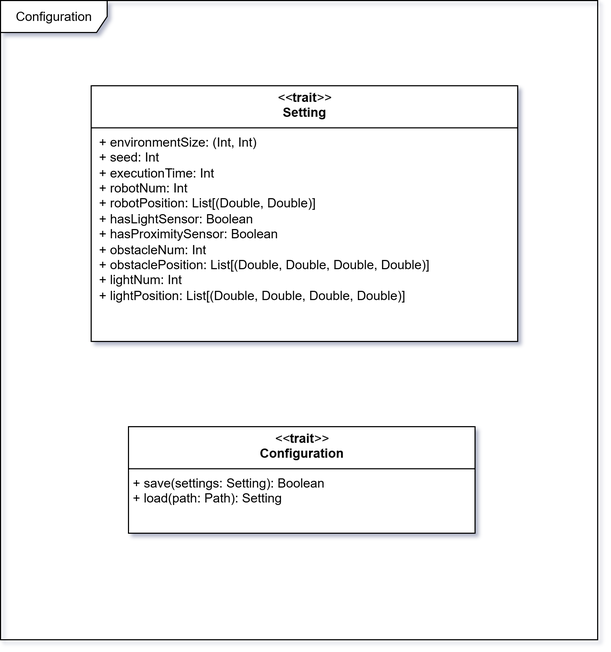
Scala-Robotics-Simulator/PPS-22-srs keeps this draw.io diagram as docs/static/img/04-detailed-design/configuration.png. Above is the earlier version. Source tidied: cells renumbered, new cells last; positions are measured from the earlier drawing's top-left corner, leaving out a move shared by most shapes. Its diagram source:
```xml
<mxGraphModel>
  <root>
    <mxCell id="0" />
    <mxCell id="1" parent="0" />
    <mxCell id="2" value="&lt;p style=&quot;margin:0px;margin-top:4px;text-align:center;&quot;&gt;&lt;i&gt;&amp;lt;&amp;lt;&lt;/i&gt;&lt;span style=&quot;font-weight: 700;&quot;&gt;trait&lt;/span&gt;&lt;i&gt;&amp;gt;&amp;gt;&lt;/i&gt;&lt;br&gt;&lt;b&gt;Setting&lt;/b&gt;&lt;/p&gt;&lt;hr size=&quot;1&quot; style=&quot;border-style:solid;&quot;&gt;&lt;p style=&quot;margin:0px;margin-left:4px;&quot;&gt;&amp;nbsp;&lt;span style=&quot;background-color: transparent; color: light-dark(rgb(0, 0, 0), rgb(255, 255, 255));&quot;&gt;+ environmentSize: (Int, Int)&lt;/span&gt;&lt;/p&gt;&lt;p style=&quot;margin:0px;margin-left:4px;&quot;&gt;&lt;span style=&quot;background-color: transparent; color: light-dark(rgb(0, 0, 0), rgb(255, 255, 255));&quot;&gt;&amp;nbsp;+ seed: Int&lt;/span&gt;&lt;/p&gt;&lt;p style=&quot;margin:0px;margin-left:4px;&quot;&gt;&lt;span style=&quot;background-color: transparent; color: light-dark(rgb(0, 0, 0), rgb(255, 255, 255));&quot;&gt;&amp;nbsp;+ executionTime: Int&lt;/span&gt;&lt;/p&gt;&lt;p style=&quot;margin:0px;margin-left:4px;&quot;&gt;&lt;span style=&quot;background-color: transparent; color: light-dark(rgb(0, 0, 0), rgb(255, 255, 255));&quot;&gt;&amp;nbsp;+ robotNum: Int&lt;/span&gt;&lt;/p&gt;&lt;p style=&quot;margin:0px;margin-left:4px;&quot;&gt;&lt;span style=&quot;background-color: transparent; color: light-dark(rgb(0, 0, 0), rgb(255, 255, 255));&quot;&gt;&amp;nbsp;+ robotPosition:&amp;nbsp;&lt;/span&gt;&lt;span style=&quot;background-color: transparent; color: light-dark(rgb(0, 0, 0), rgb(255, 255, 255));&quot;&gt;List[(&lt;/span&gt;&lt;span style=&quot;background-color: transparent; color: light-dark(rgb(0, 0, 0), rgb(255, 255, 255));&quot;&gt;Double, Double)]&lt;/span&gt;&lt;/p&gt;&lt;p style=&quot;margin:0px;margin-left:4px;&quot;&gt;&amp;nbsp;+ hasLightSensor: Boolean&lt;/p&gt;&lt;p style=&quot;margin:0px;margin-left:4px;&quot;&gt;&amp;nbsp;+ hasProximitySensor: Boolean&lt;/p&gt;&lt;p style=&quot;margin:0px;margin-left:4px;&quot;&gt;&amp;nbsp;+ obstacleNum: Int&lt;/p&gt;&lt;p style=&quot;margin:0px;margin-left:4px;&quot;&gt;&amp;nbsp;+ obstaclePosition: List[(Double, Double, Double, Double)]&lt;/p&gt;&lt;p style=&quot;margin:0px;margin-left:4px;&quot;&gt;&amp;nbsp;+ lightNum: Int&lt;/p&gt;&lt;p style=&quot;margin:0px;margin-left:4px;&quot;&gt;&amp;nbsp;+ lightPosition: List[(Double, Double, Double, Double)]&lt;/p&gt;" style="verticalAlign=top;align=left;overflow=fill;html=1;whiteSpace=wrap;" parent="1" vertex="1">
      <mxGeometry x="85" y="80" width="400" height="240" as="geometry" />
    </mxCell>
    <mxCell id="3" value="&lt;p style=&quot;margin:0px;margin-top:4px;text-align:center;&quot;&gt;&lt;i&gt;&amp;lt;&amp;lt;&lt;/i&gt;&lt;span style=&quot;font-weight: 700;&quot;&gt;trait&lt;/span&gt;&lt;i&gt;&amp;gt;&amp;gt;&lt;/i&gt;&lt;br&gt;&lt;b&gt;Configuration&lt;/b&gt;&lt;/p&gt;&lt;hr size=&quot;1&quot; style=&quot;border-style:solid;&quot;&gt;&lt;p style=&quot;margin:0px;margin-left:4px;&quot;&gt;+ save(settings: Setting): Boolean&lt;/p&gt;&lt;p style=&quot;margin:0px;margin-left:4px;&quot;&gt;+ load(path: Path): Setting&lt;/p&gt;" style="verticalAlign=top;align=left;overflow=fill;html=1;whiteSpace=wrap;" parent="1" vertex="1">
      <mxGeometry x="120" y="400" width="325" height="100" as="geometry" />
    </mxCell>
    <mxCell id="4" value="Configuration" style="shape=umlFrame;whiteSpace=wrap;html=1;width=100;height=30;" parent="1" vertex="1">
      <mxGeometry width="560" height="600" as="geometry" />
    </mxCell>
  </root>
</mxGraphModel>
```
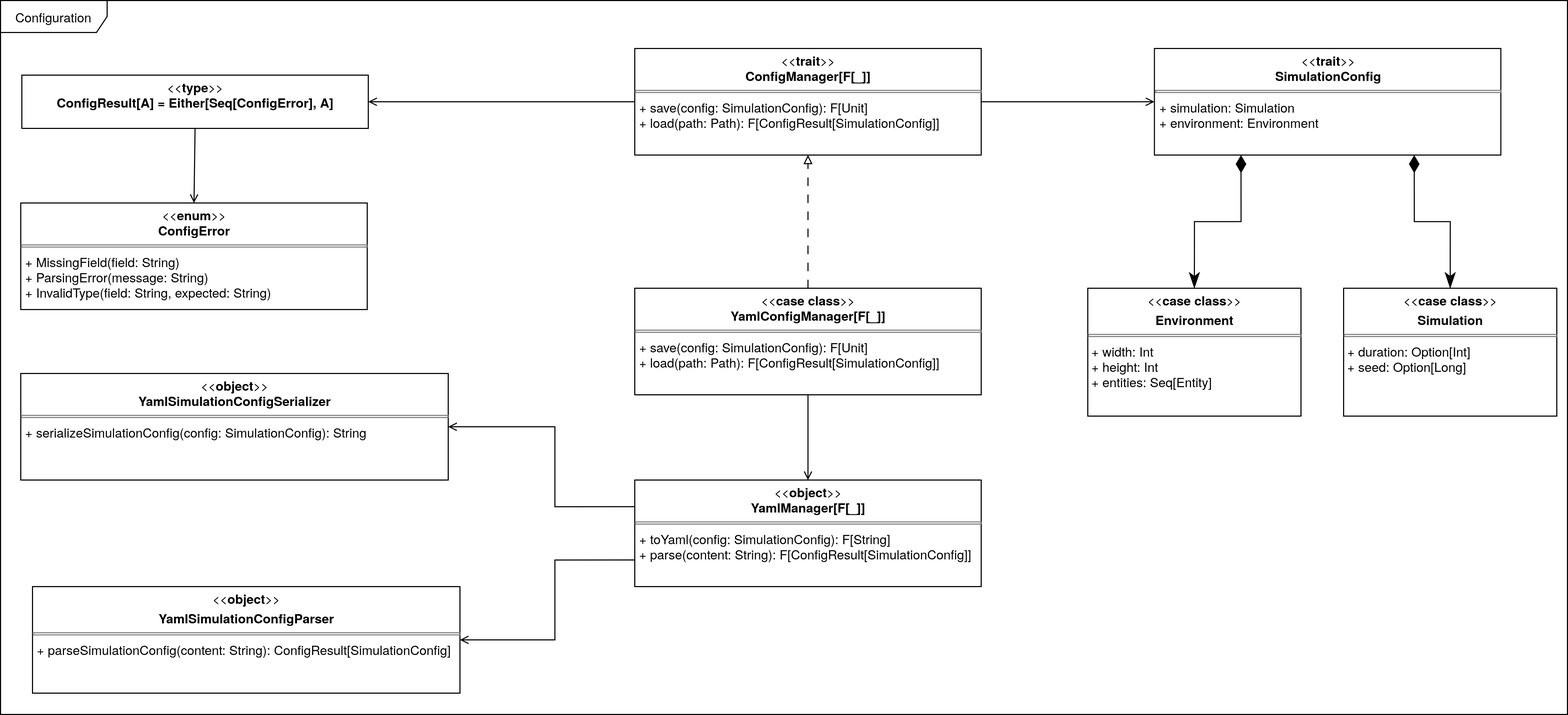
Above is the later version.

The edit, as a diff of the source:
```diff
@@ -2,14 +2,75 @@
   <root>
     <mxCell id="0" />
     <mxCell id="1" parent="0" />
-    <mxCell id="2" value="&lt;p style=&quot;margin:0px;margin-top:4px;text-align:center;&quot;&gt;&lt;i&gt;&amp;lt;&amp;lt;&lt;/i&gt;&lt;span style=&quot;font-weight: 700;&quot;&gt;trait&lt;/span&gt;&lt;i&gt;&amp;gt;&amp;gt;&lt;/i&gt;&lt;br&gt;&lt;b&gt;Setting&lt;/b&gt;&lt;/p&gt;&lt;hr size=&quot;1&quot; style=&quot;border-style:solid;&quot;&gt;&lt;p style=&quot;margin:0px;margin-left:4px;&quot;&gt;&amp;nbsp;&lt;span style=&quot;background-color: transparent; color: light-dark(rgb(0, 0, 0), rgb(255, 255, 255));&quot;&gt;+ environmentSize: (Int, Int)&lt;/span&gt;&lt;/p&gt;&lt;p style=&quot;margin:0px;margin-left:4px;&quot;&gt;&lt;span style=&quot;background-color: transparent; color: light-dark(rgb(0, 0, 0), rgb(255, 255, 255));&quot;&gt;&amp;nbsp;+ seed: Int&lt;/span&gt;&lt;/p&gt;&lt;p style=&quot;margin:0px;margin-left:4px;&quot;&gt;&lt;span style=&quot;background-color: transparent; color: light-dark(rgb(0, 0, 0), rgb(255, 255, 255));&quot;&gt;&amp;nbsp;+ executionTime: Int&lt;/span&gt;&lt;/p&gt;&lt;p style=&quot;margin:0px;margin-left:4px;&quot;&gt;&lt;span style=&quot;background-color: transparent; color: light-dark(rgb(0, 0, 0), rgb(255, 255, 255));&quot;&gt;&amp;nbsp;+ robotNum: Int&lt;/span&gt;&lt;/p&gt;&lt;p style=&quot;margin:0px;margin-left:4px;&quot;&gt;&lt;span style=&quot;background-color: transparent; color: light-dark(rgb(0, 0, 0), rgb(255, 255, 255));&quot;&gt;&amp;nbsp;+ robotPosition:&amp;nbsp;&lt;/span&gt;&lt;span style=&quot;background-color: transparent; color: light-dark(rgb(0, 0, 0), rgb(255, 255, 255));&quot;&gt;List[(&lt;/span&gt;&lt;span style=&quot;background-color: transparent; color: light-dark(rgb(0, 0, 0), rgb(255, 255, 255));&quot;&gt;Double, Double)]&lt;/span&gt;&lt;/p&gt;&lt;p style=&quot;margin:0px;margin-left:4px;&quot;&gt;&amp;nbsp;+ hasLightSensor: Boolean&lt;/p&gt;&lt;p style=&quot;margin:0px;margin-left:4px;&quot;&gt;&amp;nbsp;+ hasProximitySensor: Boolean&lt;/p&gt;&lt;p style=&quot;margin:0px;margin-left:4px;&quot;&gt;&amp;nbsp;+ obstacleNum: Int&lt;/p&gt;&lt;p style=&quot;margin:0px;margin-left:4px;&quot;&gt;&amp;nbsp;+ obstaclePosition: List[(Double, Double, Double, Double)]&lt;/p&gt;&lt;p style=&quot;margin:0px;margin-left:4px;&quot;&gt;&amp;nbsp;+ lightNum: Int&lt;/p&gt;&lt;p style=&quot;margin:0px;margin-left:4px;&quot;&gt;&amp;nbsp;+ lightPosition: List[(Double, Double, Double, Double)]&lt;/p&gt;" style="verticalAlign=top;align=left;overflow=fill;html=1;whiteSpace=wrap;" parent="1" vertex="1">
-      <mxGeometry x="85" y="80" width="400" height="240" as="geometry" />
+    <mxCell id="2" style="edgeStyle=orthogonalEdgeStyle;rounded=0;jettySize=auto;html=1;entryX=0;entryY=0.5;entryDx=0;entryDy=0;endArrow=open;endFill=0;" parent="1" edge="1" source="3" target="17">
+      <mxGeometry relative="1" as="geometry" />
     </mxCell>
-    <mxCell id="3" value="&lt;p style=&quot;margin:0px;margin-top:4px;text-align:center;&quot;&gt;&lt;i&gt;&amp;lt;&amp;lt;&lt;/i&gt;&lt;span style=&quot;font-weight: 700;&quot;&gt;trait&lt;/span&gt;&lt;i&gt;&amp;gt;&amp;gt;&lt;/i&gt;&lt;br&gt;&lt;b&gt;Configuration&lt;/b&gt;&lt;/p&gt;&lt;hr size=&quot;1&quot; style=&quot;border-style:solid;&quot;&gt;&lt;p style=&quot;margin:0px;margin-left:4px;&quot;&gt;+ save(settings: Setting): Boolean&lt;/p&gt;&lt;p style=&quot;margin:0px;margin-left:4px;&quot;&gt;+ load(path: Path): Setting&lt;/p&gt;" style="verticalAlign=top;align=left;overflow=fill;html=1;whiteSpace=wrap;" parent="1" vertex="1">
-      <mxGeometry x="120" y="400" width="325" height="100" as="geometry" />
+    <mxCell id="3" value="&lt;p style=&quot;margin:0px;margin-top:4px;text-align:center;&quot;&gt;&lt;i&gt;&amp;lt;&amp;lt;&lt;/i&gt;&lt;span style=&quot;font-weight: 700;&quot;&gt;trait&lt;/span&gt;&lt;i&gt;&amp;gt;&amp;gt;&lt;/i&gt;&lt;br&gt;&lt;b&gt;ConfigManager[F[_]]&lt;/b&gt;&lt;/p&gt;&lt;hr size=&quot;1&quot; style=&quot;border-style:solid;&quot;&gt;&lt;p style=&quot;margin:0px;margin-left:4px;&quot;&gt;+ save(config: SimulationConfig): F[Unit]&lt;/p&gt;&lt;p style=&quot;margin:0px;margin-left:4px;&quot;&gt;+ load(path: Path): F[ConfigResult[SimulationConfig]]&lt;/p&gt;" style="verticalAlign=top;align=left;overflow=fill;html=1;whiteSpace=wrap;" parent="1" vertex="1">
+      <mxGeometry x="-245" y="45" width="325" height="100" as="geometry" />
     </mxCell>
     <mxCell id="4" value="Configuration" style="shape=umlFrame;whiteSpace=wrap;html=1;width=100;height=30;" parent="1" vertex="1">
-      <mxGeometry width="560" height="600" as="geometry" />
+      <mxGeometry x="-840" width="1470" height="670" as="geometry" />
     </mxCell>
+    <mxCell id="5" value="&lt;p style=&quot;margin:0px;margin-top:4px;text-align:center;&quot;&gt;&lt;i&gt;&amp;lt;&amp;lt;&lt;/i&gt;&lt;b&gt;type&lt;/b&gt;&lt;i&gt;&amp;gt;&amp;gt;&lt;/i&gt;&lt;br&gt;&lt;b&gt;ConfigResult[A] = Either[Seq[ConfigError], A]&lt;/b&gt;&lt;/p&gt;" style="verticalAlign=top;align=left;overflow=fill;html=1;whiteSpace=wrap;" parent="1" vertex="1">
+      <mxGeometry x="-820" y="70" width="325" height="50" as="geometry" />
+    </mxCell>
+    <mxCell id="6" value="&lt;p style=&quot;margin:0px;margin-top:4px;text-align:center;&quot;&gt;&lt;i&gt;&amp;lt;&amp;lt;&lt;/i&gt;&lt;span style=&quot;font-weight: 700;&quot;&gt;enum&lt;/span&gt;&lt;i&gt;&amp;gt;&amp;gt;&lt;/i&gt;&lt;br&gt;&lt;b&gt;ConfigError&lt;/b&gt;&lt;/p&gt;&lt;hr size=&quot;1&quot; style=&quot;border-style:solid;&quot;&gt;&lt;p style=&quot;margin:0px;margin-left:4px;&quot;&gt;+ MissingField(field: String)&lt;/p&gt;&lt;p style=&quot;margin:0px;margin-left:4px;&quot;&gt;+ ParsingError(message: String)&lt;/p&gt;&lt;p style=&quot;margin:0px;margin-left:4px;&quot;&gt;+ InvalidType(field: String, expected: String)&lt;/p&gt;" style="verticalAlign=top;align=left;overflow=fill;html=1;whiteSpace=wrap;" parent="1" vertex="1">
+      <mxGeometry x="-821" y="190" width="325" height="100" as="geometry" />
+    </mxCell>
+    <mxCell id="7" style="rounded=0;jettySize=auto;html=1;entryX=1;entryY=0.5;entryDx=0;entryDy=0;endArrow=open;endFill=0;exitX=0;exitY=0.5;exitDx=0;exitDy=0;" parent="1" edge="1" source="3" target="5">
+      <mxGeometry relative="1" as="geometry" />
+    </mxCell>
+    <mxCell id="8" style="rounded=0;jettySize=auto;html=1;entryX=0.5;entryY=0;entryDx=0;entryDy=0;endArrow=open;endFill=0;exitX=0.5;exitY=1;exitDx=0;exitDy=0;" parent="1" edge="1" source="5" target="6">
+      <mxGeometry relative="1" as="geometry" />
+    </mxCell>
+    <mxCell id="9" style="edgeStyle=orthogonalEdgeStyle;rounded=0;jettySize=auto;html=1;entryX=0.5;entryY=0;entryDx=0;entryDy=0;endArrow=open;endFill=0;" parent="1" edge="1" source="10" target="12">
+      <mxGeometry relative="1" as="geometry" />
+    </mxCell>
+    <mxCell id="10" value="&lt;p style=&quot;margin:0px;margin-top:4px;text-align:center;&quot;&gt;&lt;i&gt;&amp;lt;&amp;lt;&lt;/i&gt;&lt;b&gt;case class&lt;/b&gt;&lt;i&gt;&amp;gt;&amp;gt;&lt;/i&gt;&lt;br&gt;&lt;b&gt;YamlConfigManager[F[_]]&lt;/b&gt;&lt;/p&gt;&lt;hr size=&quot;1&quot; style=&quot;border-style:solid;&quot;&gt;&lt;p style=&quot;margin:0px;margin-left:4px;&quot;&gt;+ save(config: SimulationConfig): F[Unit]&lt;/p&gt;&lt;p style=&quot;margin:0px;margin-left:4px;&quot;&gt;+ load(path: Path): F[ConfigResult[SimulationConfig]]&lt;/p&gt;" style="verticalAlign=top;align=left;overflow=fill;html=1;whiteSpace=wrap;" parent="1" vertex="1">
+      <mxGeometry x="-245" y="270" width="325" height="100" as="geometry" />
+    </mxCell>
+    <mxCell id="11" style="rounded=0;jettySize=auto;html=1;entryX=0.5;entryY=1;entryDx=0;entryDy=0;exitX=0.5;exitY=0;exitDx=0;exitDy=0;dashed=1;dashPattern=8 8;endArrow=block;endFill=0;" parent="1" edge="1" source="10" target="3">
+      <mxGeometry relative="1" as="geometry" />
+    </mxCell>
+    <mxCell id="12" value="&lt;p style=&quot;margin:0px;margin-top:4px;text-align:center;&quot;&gt;&lt;i&gt;&amp;lt;&amp;lt;&lt;/i&gt;&lt;b&gt;object&lt;/b&gt;&lt;i&gt;&amp;gt;&amp;gt;&lt;/i&gt;&lt;br&gt;&lt;b&gt;YamlManager[F[_]]&lt;/b&gt;&lt;/p&gt;&lt;hr size=&quot;1&quot; style=&quot;border-style:solid;&quot;&gt;&lt;p style=&quot;margin:0px;margin-left:4px;&quot;&gt;+ toYaml(config: SimulationConfig): F[String]&lt;/p&gt;&lt;p style=&quot;margin:0px;margin-left:4px;&quot;&gt;+ parse(content: String): F[ConfigResult[SimulationConfig]]&lt;/p&gt;" style="verticalAlign=top;align=left;overflow=fill;html=1;whiteSpace=wrap;" parent="1" vertex="1">
+      <mxGeometry x="-245" y="450" width="325" height="100" as="geometry" />
+    </mxCell>
+    <mxCell id="13" value="&lt;p style=&quot;margin:0px;margin-top:4px;text-align:center;&quot;&gt;&lt;i&gt;&amp;lt;&amp;lt;&lt;/i&gt;&lt;b&gt;object&lt;/b&gt;&lt;i&gt;&amp;gt;&amp;gt;&lt;/i&gt;&lt;br&gt;&lt;b&gt;YamlSimulationConfigSerializer&lt;/b&gt;&lt;/p&gt;&lt;hr size=&quot;1&quot; style=&quot;border-style:solid;&quot;&gt;&lt;p style=&quot;margin:0px;margin-left:4px;&quot;&gt;+ serializeSimulationConfig(config: SimulationConfig): String&lt;/p&gt;" style="verticalAlign=top;align=left;overflow=fill;html=1;whiteSpace=wrap;" parent="1" vertex="1">
+      <mxGeometry x="-821" y="350" width="401" height="100" as="geometry" />
+    </mxCell>
+    <mxCell id="14" value="&lt;p style=&quot;margin:0px;margin-top:4px;text-align:center;&quot;&gt;&lt;i&gt;&amp;lt;&amp;lt;&lt;/i&gt;&lt;b&gt;object&lt;/b&gt;&lt;i&gt;&amp;gt;&amp;gt;&lt;/i&gt;&lt;/p&gt;&lt;p style=&quot;margin:0px;margin-top:4px;text-align:center;&quot;&gt;&lt;b&gt;YamlSimulationConfigParser&lt;/b&gt;&lt;/p&gt;&lt;hr size=&quot;1&quot; style=&quot;border-style:solid;&quot;&gt;&lt;p style=&quot;margin:0px;margin-left:4px;&quot;&gt;+ parseSimulationConfig(content: String): ConfigResult[SimulationConfig]&lt;/p&gt;" style="verticalAlign=top;align=left;overflow=fill;html=1;whiteSpace=wrap;" parent="1" vertex="1">
+      <mxGeometry x="-810" y="550" width="401" height="100" as="geometry" />
+    </mxCell>
+    <mxCell id="15" style="edgeStyle=orthogonalEdgeStyle;rounded=0;jettySize=auto;html=1;entryX=1;entryY=0.5;entryDx=0;entryDy=0;endArrow=open;endFill=0;exitX=0;exitY=0.25;exitDx=0;exitDy=0;" parent="1" edge="1" source="12" target="13">
+      <mxGeometry relative="1" as="geometry">
+        <Array as="points">
+          <mxPoint x="-320" y="475" />
+          <mxPoint x="-320" y="400" />
+        </Array>
+      </mxGeometry>
+    </mxCell>
+    <mxCell id="16" style="edgeStyle=orthogonalEdgeStyle;rounded=0;jettySize=auto;html=1;entryX=1;entryY=0.5;entryDx=0;entryDy=0;endArrow=open;endFill=0;exitX=0;exitY=0.75;exitDx=0;exitDy=0;" parent="1" edge="1" source="12" target="14">
+      <mxGeometry relative="1" as="geometry">
+        <Array as="points">
+          <mxPoint x="-320" y="525" />
+          <mxPoint x="-320" y="600" />
+        </Array>
+      </mxGeometry>
+    </mxCell>
+    <mxCell id="17" value="&lt;p style=&quot;margin:0px;margin-top:4px;text-align:center;&quot;&gt;&lt;i&gt;&amp;lt;&amp;lt;&lt;/i&gt;&lt;span style=&quot;font-weight: 700;&quot;&gt;trait&lt;/span&gt;&lt;i&gt;&amp;gt;&amp;gt;&lt;/i&gt;&lt;br&gt;&lt;b&gt;SimulationConfig&lt;/b&gt;&lt;/p&gt;&lt;hr size=&quot;1&quot; style=&quot;border-style:solid;&quot;&gt;&lt;p style=&quot;margin:0px;margin-left:4px;&quot;&gt;+ simulation: Simulation&lt;/p&gt;&lt;p style=&quot;margin:0px;margin-left:4px;&quot;&gt;+ environment: Environment&lt;/p&gt;" style="verticalAlign=top;align=left;overflow=fill;html=1;whiteSpace=wrap;" parent="1" vertex="1">
+      <mxGeometry x="242.5" y="45" width="325" height="100" as="geometry" />
+    </mxCell>
+    <mxCell id="18" value="&lt;p style=&quot;margin:0px;margin-top:4px;text-align:center;&quot;&gt;&lt;i&gt;&amp;lt;&amp;lt;&lt;/i&gt;&lt;b&gt;case class&lt;/b&gt;&lt;i&gt;&amp;gt;&amp;gt;&lt;/i&gt;&lt;/p&gt;&lt;p style=&quot;margin:0px;margin-top:4px;text-align:center;&quot;&gt;&lt;b&gt;Environment&lt;/b&gt;&lt;/p&gt;&lt;hr size=&quot;1&quot; style=&quot;border-style:solid;&quot;&gt;&lt;div&gt;&amp;nbsp;+ width: Int&lt;/div&gt;&lt;div&gt;&amp;nbsp;+ height: Int&lt;/div&gt;&lt;div&gt;&amp;nbsp;+ entities: Seq[Entity]&lt;/div&gt;&lt;div&gt;&lt;br&gt;&lt;/div&gt;" style="verticalAlign=top;align=left;overflow=fill;html=1;whiteSpace=wrap;" parent="1" vertex="1">
+      <mxGeometry x="180" y="270" width="200" height="120" as="geometry" />
+    </mxCell>
+    <mxCell id="19" value="&lt;p style=&quot;margin:0px;margin-top:4px;text-align:center;&quot;&gt;&lt;i&gt;&amp;lt;&amp;lt;&lt;/i&gt;&lt;b&gt;case class&lt;/b&gt;&lt;i&gt;&amp;gt;&amp;gt;&lt;/i&gt;&lt;/p&gt;&lt;p style=&quot;margin:0px;margin-top:4px;text-align:center;&quot;&gt;&lt;b&gt;Simulation&lt;/b&gt;&lt;/p&gt;&lt;hr size=&quot;1&quot; style=&quot;border-style:solid;&quot;&gt;&lt;div&gt;&amp;nbsp;+ duration: Option[Int]&lt;/div&gt;&lt;div&gt;&amp;nbsp;+ seed: Option[Long]&lt;/div&gt;&lt;div&gt;&lt;br&gt;&lt;/div&gt;" style="verticalAlign=top;align=left;overflow=fill;html=1;whiteSpace=wrap;" parent="1" vertex="1">
+      <mxGeometry x="420" y="270" width="200" height="120" as="geometry" />
+    </mxCell>
+    <mxCell id="20" style="endArrow=classicThin;html=1;endSize=12;startArrow=diamondThin;startSize=14;startFill=1;edgeStyle=orthogonalEdgeStyle;align=left;verticalAlign=bottom;rounded=0;exitX=0.75;exitY=1;exitDx=0;exitDy=0;endFill=1;entryX=0.5;entryY=0;entryDx=0;entryDy=0;" parent="1" edge="1" source="17" target="19">
+      <mxGeometry x="-1" y="3" relative="1" as="geometry" />
+    </mxCell>
+    <mxCell id="21" style="endArrow=classicThin;html=1;endSize=12;startArrow=diamondThin;startSize=14;startFill=1;edgeStyle=orthogonalEdgeStyle;align=left;verticalAlign=bottom;rounded=0;exitX=0.25;exitY=1;exitDx=0;exitDy=0;endFill=1;entryX=0.5;entryY=0;entryDx=0;entryDy=0;" parent="1" edge="1" source="17" target="18">
+      <mxGeometry x="-1" y="3" relative="1" as="geometry" />
+    </mxCell>
   </root>
 </mxGraphModel>
```
